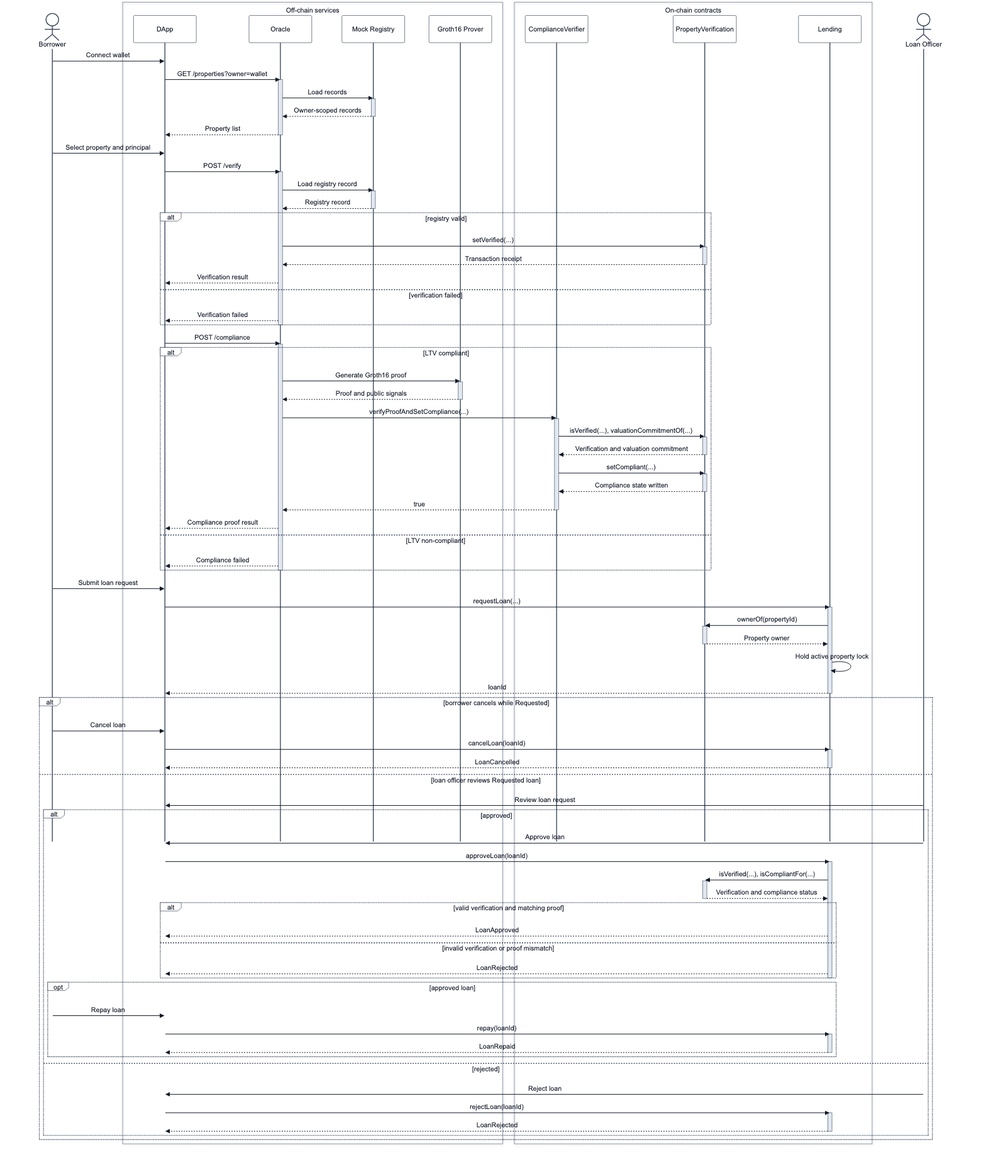
Alan42x/proofestate keeps this Mermaid diagram as docs/figures/05-end-to-end-data-flow.png. Above is the earlier version. Its source is kept beside it as docs/figures/05-end-to-end-data-flow.mmd.
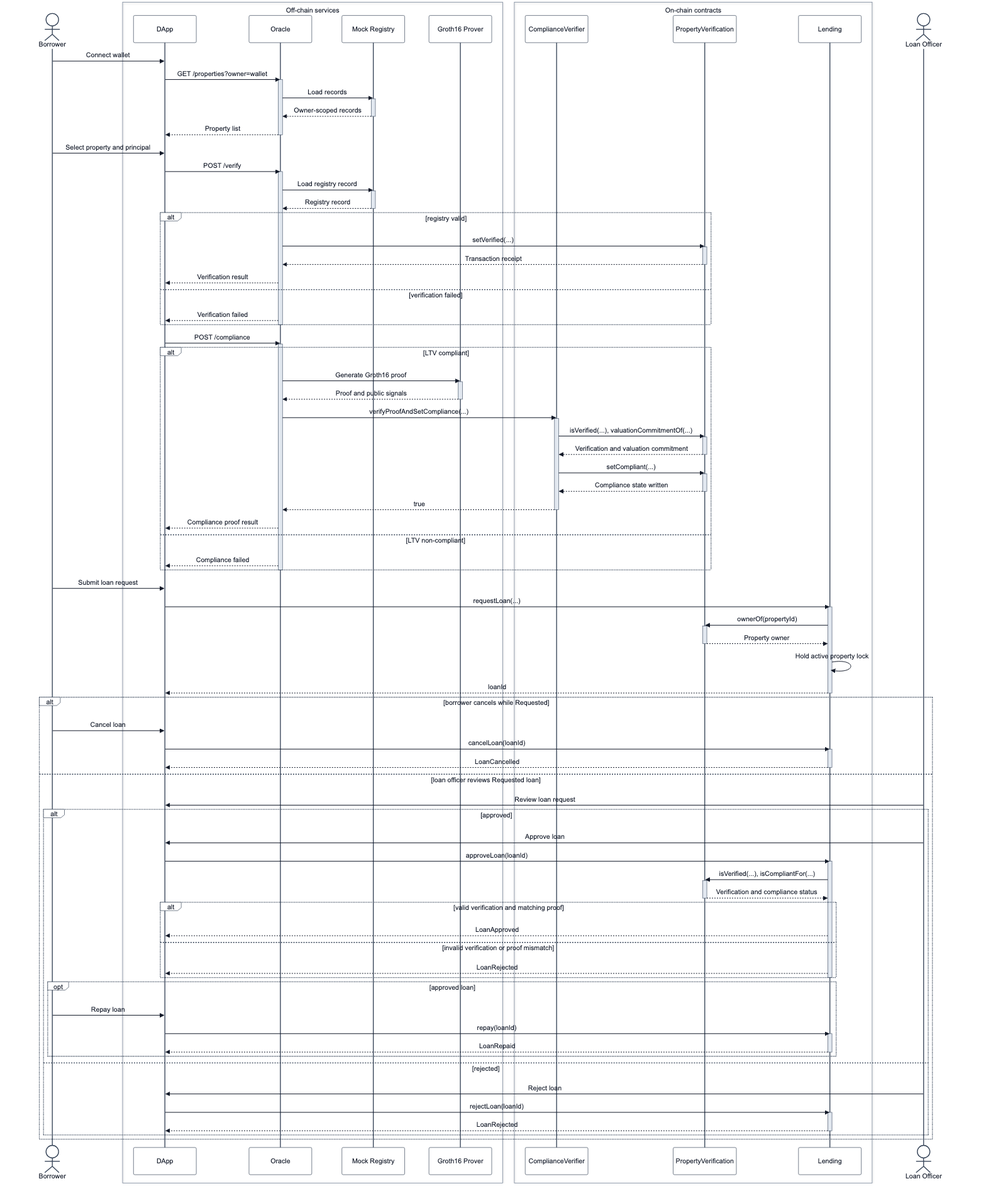
Above is the later version.

Diff of the diagram source:
```diff
@@ -1,4 +1,4 @@
-%%{init: {"theme": "base", "sequence": {"mirrorActors": false, "actorMargin": 58, "messageMargin": 46, "boxMargin": 10, "boxTextMargin": 6}, "themeVariables": {"fontFamily": "Arial", "fontSize": "15px", "primaryColor": "#ffffff", "primaryTextColor": "#111827", "primaryBorderColor": "#64748b", "lineColor": "#475569", "actorBkg": "#ffffff", "actorBorder": "#334155", "actorTextColor": "#111827", "activationBkgColor": "#e2e8f0", "activationBorderColor": "#475569", "sequenceNumberColor": "#111827"}}}%%
+%%{init: {"theme": "base", "sequence": {"mirrorActors": true, "actorMargin": 58, "messageMargin": 46, "boxMargin": 10, "boxTextMargin": 6}, "themeVariables": {"fontFamily": "Arial", "fontSize": "15px", "primaryColor": "#ffffff", "primaryTextColor": "#111827", "primaryBorderColor": "#64748b", "lineColor": "#475569", "actorBkg": "#ffffff", "actorBorder": "#334155", "actorTextColor": "#111827", "activationBkgColor": "#e2e8f0", "activationBorderColor": "#475569", "sequenceNumberColor": "#111827"}}}%%
 sequenceDiagram
   actor Borrower
   box Off-chain services
```
